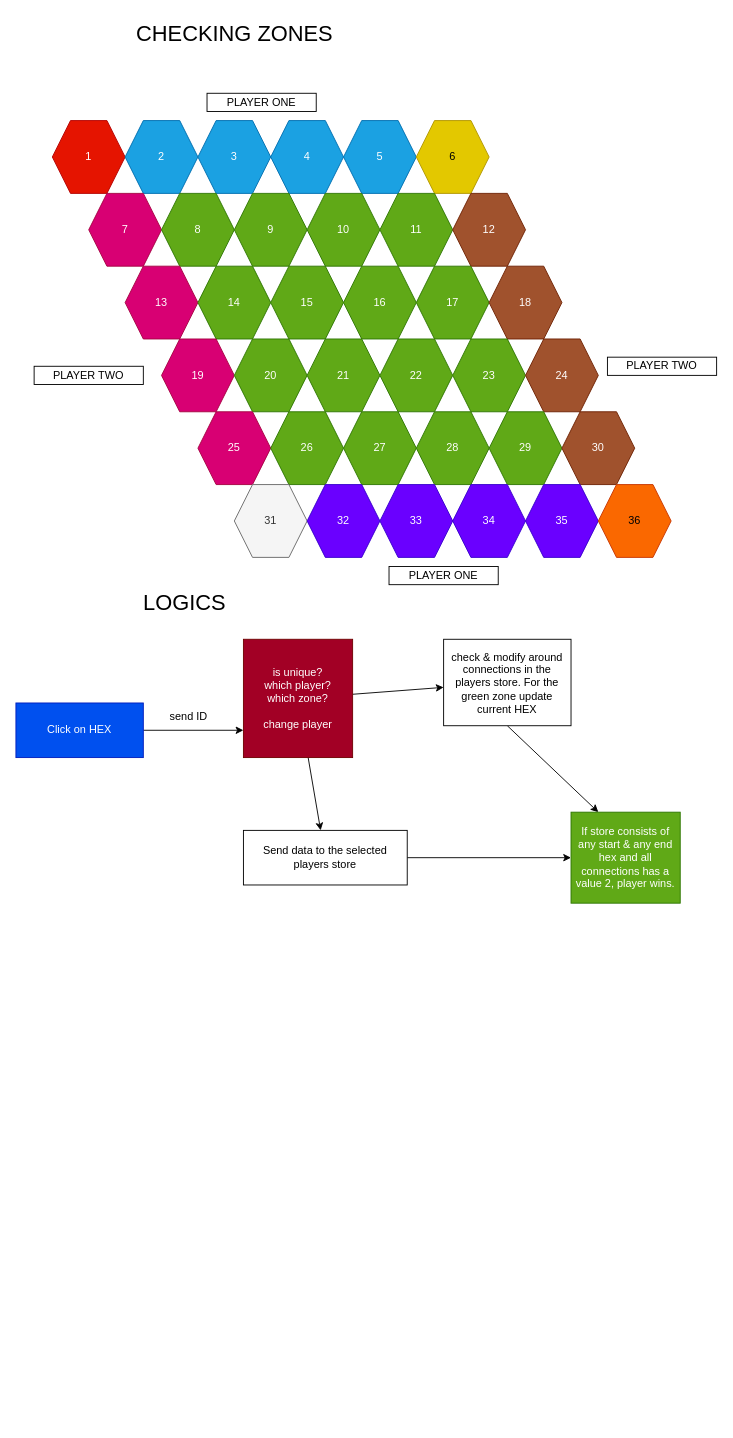
Earlier version of the draw.io diagram schema.drawio (juandrepanther/task-3d-hex-game). Source tidied: cells renumbered, new cells numbered last; positions are measured from the earlier drawing's top-left corner, leaving out a move shared by most shapes. Both pictures are drawn from the tidied source at 91%, with x=0, y=0 at pixel (15, 15).
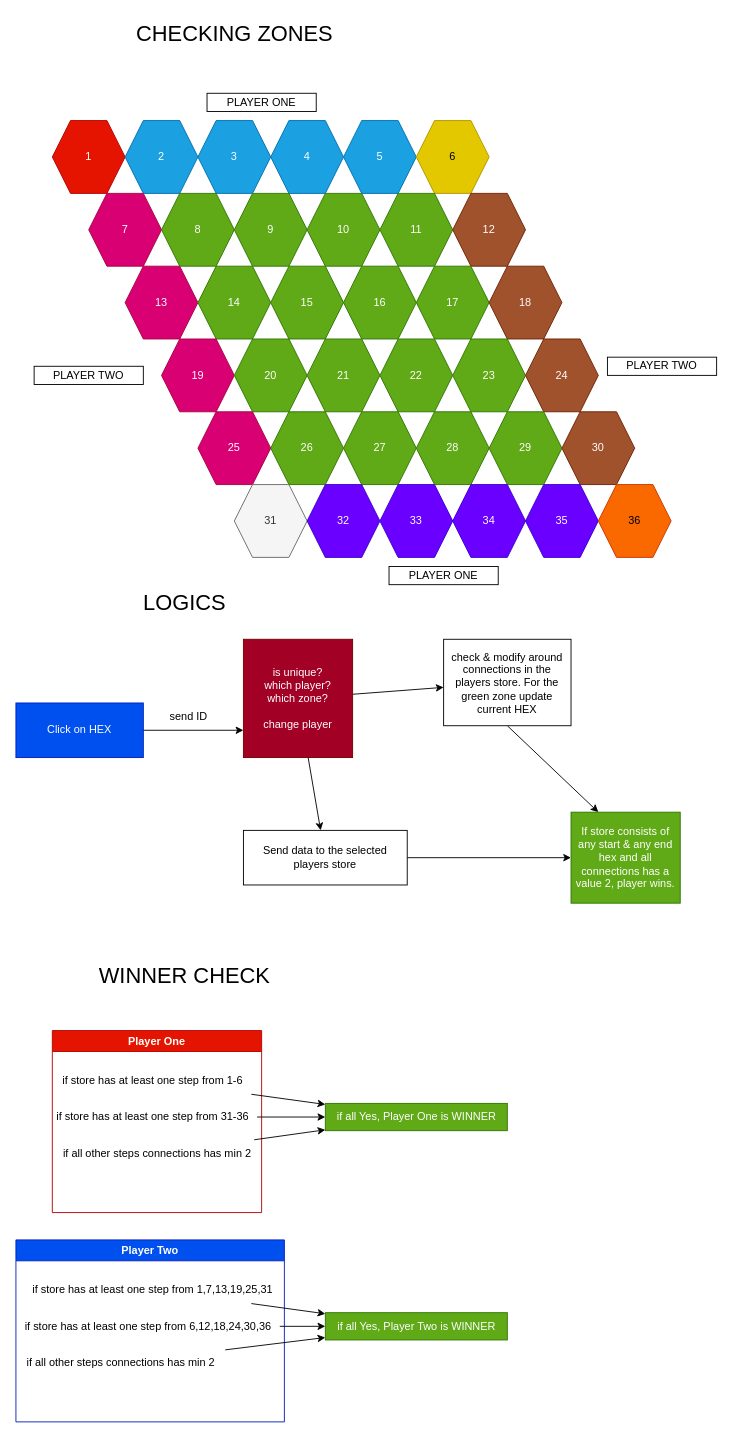
The same diagram, later.

What changed in the source:
```diff
@@
+    <mxCell id="55" value="&lt;font style=&quot;font-size: 24px;&quot;&gt;WINNER CHECK&lt;/font&gt;" style="text;html=1;align=center;verticalAlign=middle;strokeColor=none;fillColor=none;" parent="1" vertex="1">
+      <mxGeometry x="80" y="1035" width="210" height="40" as="geometry" />
+    </mxCell>
+    <mxCell id="56" value="Player One" style="swimlane;whiteSpace=wrap;html=1;fillColor=#e51400;strokeColor=#B20000;fontColor=#ffffff;" parent="1" vertex="1">
+      <mxGeometry x="40" y="1115" width="230" height="200" as="geometry" />
+    </mxCell>
+    <mxCell id="57" value="if store has at least one step from 1-6" style="text;html=1;align=center;verticalAlign=middle;points=[];strokeColor=none;fillColor=none;" parent="56" vertex="1">
+      <mxGeometry y="40" width="220" height="30" as="geometry" />
+    </mxCell>
+    <mxCell id="58" value="if store has at least one step from 31-36" style="text;html=1;align=center;verticalAlign=middle;points=[];strokeColor=none;fillColor=none;" parent="56" vertex="1">
+      <mxGeometry x="-5" y="80" width="230" height="30" as="geometry" />
+    </mxCell>
+    <mxCell id="59" value="if all other steps connections has min 2" style="text;html=1;align=center;verticalAlign=middle;points=[];strokeColor=none;fillColor=none;" parent="56" vertex="1">
+      <mxGeometry y="120" width="230" height="30" as="geometry" />
+    </mxCell>
+    <mxCell id="60" value="if all Yes, Player One is WINNER" style="text;html=1;align=center;verticalAlign=middle;points=[];strokeColor=#2D7600;fillColor=#60a917;fontColor=#ffffff;" parent="1" vertex="1">
+      <mxGeometry x="340" y="1195" width="200" height="30" as="geometry" />
+    </mxCell>
+    <mxCell id="61" style="edgeStyle=none;html=1;" parent="1" edge="1" source="57" target="60">
+      <mxGeometry relative="1" as="geometry" />
+    </mxCell>
+    <mxCell id="62" style="edgeStyle=none;html=1;" parent="1" edge="1" source="58" target="60">
+      <mxGeometry relative="1" as="geometry" />
+    </mxCell>
+    <mxCell id="63" style="edgeStyle=none;html=1;" parent="1" edge="1" source="59" target="60">
+      <mxGeometry relative="1" as="geometry" />
+    </mxCell>
+    <mxCell id="64" value="Player Two" style="swimlane;whiteSpace=wrap;html=1;fillColor=#0050ef;fontColor=#ffffff;strokeColor=#001DBC;" parent="1" vertex="1">
+      <mxGeometry y="1345" width="295" height="200" as="geometry" />
+    </mxCell>
+    <mxCell id="65" value="if store has at least one step from 1,7,13,19,25,31" style="text;html=1;align=center;verticalAlign=middle;points=[];strokeColor=none;fillColor=none;" parent="64" vertex="1">
+      <mxGeometry x="5" y="40" width="290" height="30" as="geometry" />
+    </mxCell>
+    <mxCell id="66" value="if store has at least one step from 6,12,18,24,30,36" style="text;html=1;align=center;verticalAlign=middle;points=[];strokeColor=none;fillColor=none;" parent="64" vertex="1">
+      <mxGeometry y="80" width="290" height="30" as="geometry" />
+    </mxCell>
+    <mxCell id="67" value="if all other steps connections has min 2" style="text;html=1;align=center;verticalAlign=middle;points=[];strokeColor=none;fillColor=none;" parent="64" vertex="1">
+      <mxGeometry y="120" width="230" height="30" as="geometry" />
+    </mxCell>
+    <mxCell id="68" value="if all Yes, Player Two is WINNER" style="text;html=1;align=center;verticalAlign=middle;points=[];strokeColor=#2D7600;fillColor=#60a917;fontColor=#ffffff;" parent="1" vertex="1">
+      <mxGeometry x="340" y="1425" width="200" height="30" as="geometry" />
+    </mxCell>
+    <mxCell id="69" style="edgeStyle=none;html=1;" parent="1" edge="1" source="65" target="68">
+      <mxGeometry relative="1" as="geometry" />
+    </mxCell>
+    <mxCell id="70" style="edgeStyle=none;html=1;" parent="1" edge="1" source="66" target="68">
+      <mxGeometry relative="1" as="geometry" />
+    </mxCell>
+    <mxCell id="71" style="edgeStyle=none;html=1;" parent="1" edge="1" source="67" target="68">
+      <mxGeometry relative="1" as="geometry" />
+    </mxCell>
```
